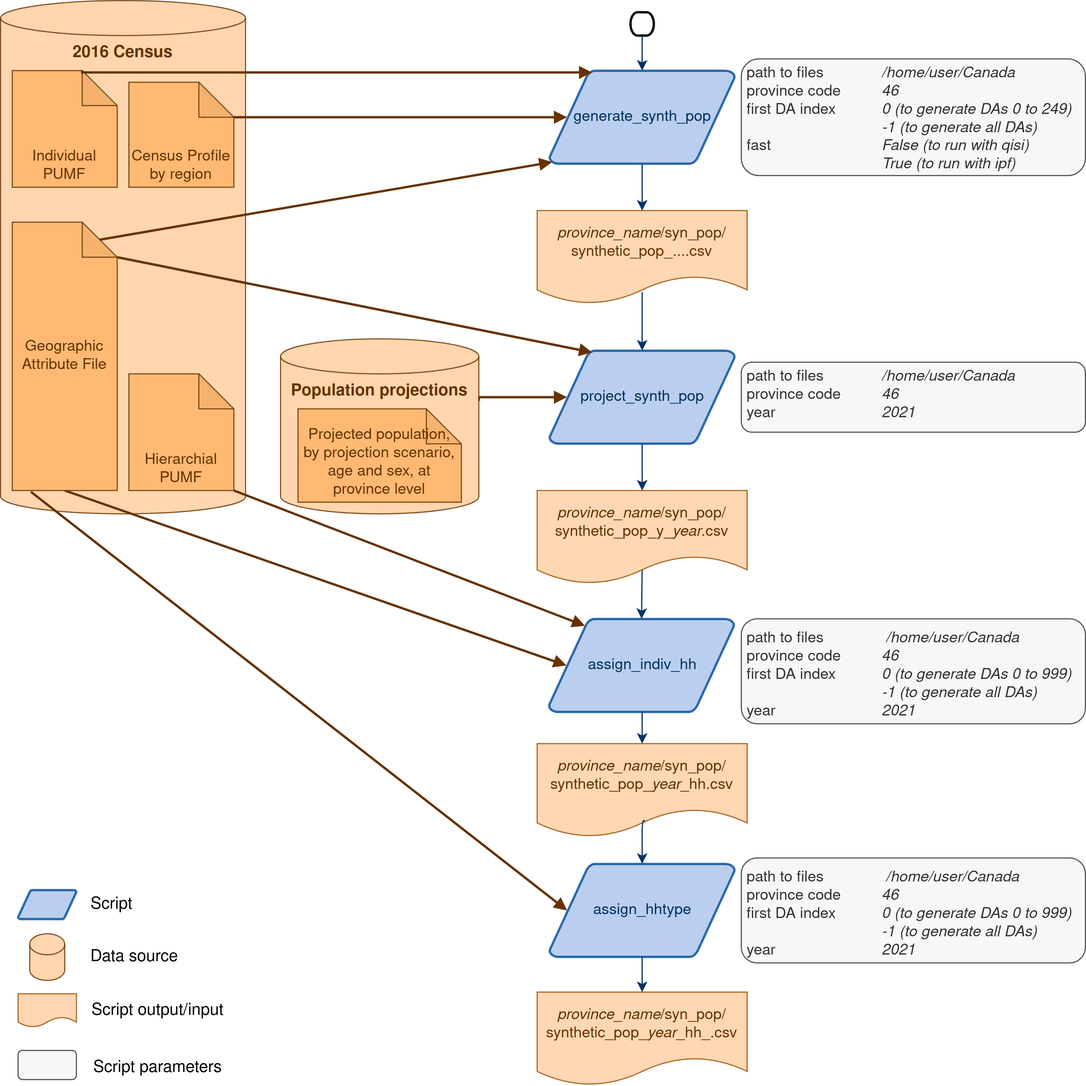
Earlier version of the draw.io export images/workflow.png (maprdhm/synpopCanada). Source tidied: cells renumbered, new cells last; positions are measured from the earlier drawing's top-left corner, leaving out a move shared by most shapes.
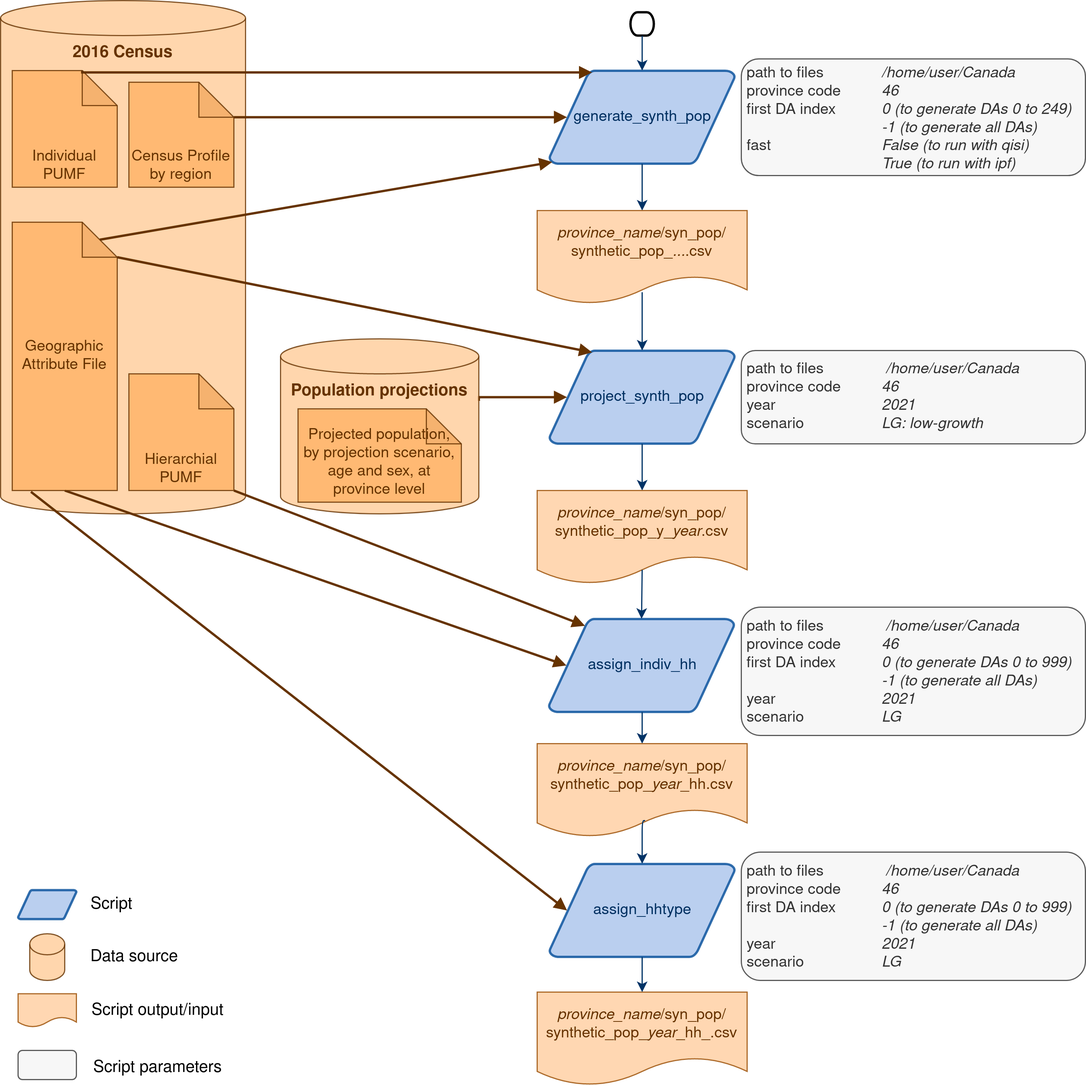
Later version of the same file.

What changed in the source:
```diff
@@ -77,8 +77,8 @@
     <mxCell id="23" value="&lt;div&gt;Geographic Attribute File&lt;/div&gt;" style="shape=note;whiteSpace=wrap;html=1;backgroundOutline=1;darkOpacity=0.05;fontSize=13;fillColor=#FFB366;opacity=80;verticalAlign=middle;strokeColor=#663300;fontColor=#663300;" parent="1" vertex="1">
       <mxGeometry x="10" y="190" width="90" height="230" as="geometry" />
     </mxCell>
-    <mxCell id="24" value="&lt;div&gt;path to files&lt;span style=&quot;white-space: pre;&quot;&gt;&#9;&lt;/span&gt;&lt;span style=&quot;white-space: pre;&quot;&gt;&lt;span style=&quot;white-space: pre;&quot;&gt;&#9;&lt;/span&gt;&lt;i&gt;/home/user/Canada&lt;/i&gt;&lt;/span&gt;&lt;span style=&quot;white-space: pre;&quot;&gt;&lt;/span&gt;&lt;/div&gt;&lt;div&gt;province code&lt;span style=&quot;white-space: pre;&quot;&gt;&#9;&lt;/span&gt;&lt;span style=&quot;white-space: pre;&quot;&gt;&#9;&lt;/span&gt;&lt;i&gt;46&lt;/i&gt;&lt;/div&gt;&lt;div&gt;year&lt;span style=&quot;white-space: pre;&quot;&gt;&#9;&lt;/span&gt;&lt;span style=&quot;white-space: pre;&quot;&gt;&#9;&lt;/span&gt;&lt;span style=&quot;white-space: pre;&quot;&gt;&#9;&lt;/span&gt;&lt;span style=&quot;white-space: pre;&quot;&gt;&#9;&lt;/span&gt;&lt;i&gt;2021&lt;/i&gt;&lt;/div&gt;&lt;div&gt;&lt;span style=&quot;white-space: pre;&quot;&gt;&lt;span style=&quot;white-space: pre;&quot;&gt;&#9;&lt;/span&gt;&lt;span style=&quot;white-space: pre;&quot;&gt;&#9;&lt;/span&gt;&lt;span style=&quot;white-space: pre;&quot;&gt;&#9;&lt;/span&gt;&lt;span style=&quot;white-space: pre;&quot;&gt;&#9;&lt;/span&gt;&lt;/span&gt;&lt;br&gt;&lt;/div&gt;" style="text;html=1;strokeColor=#333333;fillColor=#f5f5f5;spacing=5;spacingTop=0;whiteSpace=wrap;overflow=hidden;rounded=1;fontSize=13;opacity=80;align=left;verticalAlign=middle;fontColor=#333333;shadow=0;glass=0;sketch=0;" parent="1" vertex="1">
-      <mxGeometry x="635" y="310" width="295" height="60" as="geometry" />
+    <mxCell id="24" value="&lt;div&gt;path to files&lt;span style=&quot;&quot;&gt;&#9;&lt;span style=&quot;white-space: pre;&quot;&gt;&#9;&lt;/span&gt;&lt;span style=&quot;white-space: pre;&quot;&gt;&#9;&lt;/span&gt;&lt;/span&gt;&lt;span style=&quot;&quot;&gt;&lt;span style=&quot;&quot;&gt;&#9;&lt;/span&gt;&lt;i&gt;/home/user/Canada&lt;/i&gt;&lt;/span&gt;&lt;span style=&quot;&quot;&gt;&lt;/span&gt;&lt;/div&gt;&lt;div&gt;province code&lt;span style=&quot;&quot;&gt;&#9;&lt;/span&gt;&lt;span style=&quot;&quot;&gt;&#9;&lt;/span&gt;&lt;i&gt;&lt;span style=&quot;white-space: pre;&quot;&gt;&#9;&lt;/span&gt;&lt;span style=&quot;white-space: pre;&quot;&gt;&lt;/span&gt;46&lt;/i&gt;&lt;/div&gt;&lt;div&gt;year&lt;span style=&quot;&quot;&gt;&#9;&lt;/span&gt;&lt;span style=&quot;&quot;&gt;&#9;&lt;/span&gt;&lt;span style=&quot;&quot;&gt;&#9;&lt;/span&gt;&lt;span style=&quot;&quot;&gt;&#9;&lt;/span&gt;&lt;i&gt;&lt;span style=&quot;white-space: pre;&quot;&gt;&#9;&lt;/span&gt;&lt;span style=&quot;white-space: pre;&quot;&gt;&#9;&lt;/span&gt;&lt;span style=&quot;white-space: pre;&quot;&gt;&#9;&lt;/span&gt;2021&lt;/i&gt;&lt;/div&gt;&lt;div&gt;&lt;span style=&quot;&quot;&gt;&lt;span style=&quot;&quot;&gt;scenario&lt;span style=&quot;&quot;&gt;&#9;&lt;/span&gt;&lt;span style=&quot;&quot;&gt;&#9;&lt;/span&gt;&lt;span style=&quot;&quot;&gt;&#9;&lt;/span&gt;&lt;span style=&quot;white-space: pre;&quot;&gt;&#9;&lt;/span&gt;&lt;span style=&quot;white-space: pre;&quot;&gt;&#9;&lt;/span&gt;&lt;span style=&quot;white-space: pre;&quot;&gt;&#9;&lt;/span&gt;&lt;i&gt;LG: low-growth&#9;&lt;/i&gt;&lt;/span&gt;&lt;span style=&quot;&quot;&gt;&#9;&lt;/span&gt;&lt;span style=&quot;&quot;&gt;&#9;&lt;/span&gt;&lt;span style=&quot;&quot;&gt;&#9;&lt;/span&gt;&lt;/span&gt;&lt;br&gt;&lt;/div&gt;" style="text;html=1;strokeColor=#333333;fillColor=#f5f5f5;spacing=5;spacingTop=0;whiteSpace=wrap;overflow=hidden;rounded=1;fontSize=13;opacity=80;align=left;verticalAlign=middle;fontColor=#333333;shadow=0;glass=0;sketch=0;" parent="1" vertex="1">
+      <mxGeometry x="635" y="300" width="295" height="80" as="geometry" />
     </mxCell>
     <mxCell id="25" value="&lt;i&gt;province_name&lt;/i&gt;/syn_pop/ synthetic_pop_&lt;i&gt;...&lt;/i&gt;.csv" style="shape=document;whiteSpace=wrap;html=1;boundedLbl=1;fontSize=13;strokeColor=#994C00;fillColor=#FFCE9F;opacity=80;fontColor=#663300;" parent="1" vertex="1">
       <mxGeometry x="460" y="180" width="180" height="80" as="geometry" />
@@ -95,8 +95,8 @@
     <mxCell id="29" value="Hierarchial PUMF" style="shape=note;whiteSpace=wrap;html=1;backgroundOutline=1;darkOpacity=0.05;fontSize=13;fillColor=#FFB366;opacity=80;verticalAlign=bottom;strokeColor=#663300;fontColor=#663300;" parent="1" vertex="1">
       <mxGeometry x="110" y="320" width="90" height="100" as="geometry" />
     </mxCell>
-    <mxCell id="30" value="&lt;div&gt;path to files&lt;span style=&quot;white-space: pre;&quot;&gt;&#9;&lt;/span&gt;&lt;span style=&quot;white-space: pre;&quot;&gt;&#9;&lt;/span&gt;&lt;span style=&quot;&quot;&gt;&lt;span style=&quot;&quot;&gt;&#9;&lt;/span&gt;&lt;i&gt;/home/user/Canada&lt;/i&gt;&lt;/span&gt;&lt;span style=&quot;&quot;&gt;&lt;/span&gt;&lt;/div&gt;&lt;div&gt;province code&lt;span style=&quot;&quot;&gt;&#9;&lt;/span&gt;&lt;span style=&quot;&quot;&gt;&#9;&lt;/span&gt;&lt;i&gt;&lt;span style=&quot;white-space: pre;&quot;&gt;&#9;&lt;/span&gt;46&lt;/i&gt;&lt;/div&gt;&lt;div&gt;first DA index&lt;span style=&quot;&quot;&gt;&#9;&lt;span style=&quot;white-space: pre;&quot;&gt;&#9;&lt;/span&gt;&lt;span style=&quot;white-space: pre;&quot;&gt;&#9;&lt;/span&gt;&lt;/span&gt;&lt;span style=&quot;&quot;&gt;&lt;/span&gt;&lt;i&gt;0 (to generate DAs 0 to 999)&lt;/i&gt;&lt;div&gt;&lt;i&gt;&lt;span style=&quot;&quot;&gt;&#9;&lt;/span&gt;&lt;span style=&quot;&quot;&gt;&#9;&lt;/span&gt;&lt;span style=&quot;&quot;&gt;&#9;&lt;/span&gt;&lt;span style=&quot;&quot;&gt;&#9;&lt;/span&gt;&lt;span style=&quot;white-space: pre;&quot;&gt;&#9;&lt;/span&gt;&lt;span style=&quot;white-space: pre;&quot;&gt;&#9;&lt;/span&gt;&lt;span style=&quot;white-space: pre;&quot;&gt;&#9;&lt;/span&gt;&lt;span style=&quot;white-space: pre;&quot;&gt;&#9;&lt;/span&gt;-1 (to generate all DAs)&lt;/i&gt;&lt;/div&gt;&lt;/div&gt;&lt;div&gt;year&lt;span style=&quot;&quot;&gt;&#9;&lt;/span&gt;&lt;span style=&quot;&quot;&gt;&#9;&lt;/span&gt;&lt;span style=&quot;&quot;&gt;&#9;&lt;/span&gt;&lt;span style=&quot;&quot;&gt;&#9;&lt;/span&gt;&lt;span style=&quot;white-space: pre;&quot;&gt;&#9;&lt;/span&gt;&lt;span style=&quot;white-space: pre;&quot;&gt;&#9;&lt;/span&gt;&lt;span style=&quot;white-space: pre;&quot;&gt;&#9;&lt;/span&gt;&lt;i&gt;2021&lt;/i&gt;&lt;/div&gt;&lt;div&gt;&lt;span style=&quot;&quot;&gt;&lt;span style=&quot;&quot;&gt;&#9;&lt;/span&gt;&lt;span style=&quot;&quot;&gt;&#9;&lt;/span&gt;&lt;span style=&quot;&quot;&gt;&#9;&lt;/span&gt;&lt;span style=&quot;&quot;&gt;&#9;&lt;/span&gt;&lt;/span&gt;&lt;br&gt;&lt;/div&gt;" style="text;html=1;strokeColor=#333333;fillColor=#f5f5f5;spacing=5;spacingTop=0;whiteSpace=wrap;overflow=hidden;rounded=1;fontSize=13;opacity=80;fontColor=#333333;shadow=0;glass=0;sketch=0;" parent="1" vertex="1">
-      <mxGeometry x="635" y="530" width="295" height="90" as="geometry" />
+    <mxCell id="30" value="&lt;div&gt;path to files&lt;span style=&quot;white-space: pre;&quot;&gt;&#9;&lt;/span&gt;&lt;span style=&quot;white-space: pre;&quot;&gt;&#9;&lt;/span&gt;&lt;span style=&quot;&quot;&gt;&lt;span style=&quot;&quot;&gt;&#9;&lt;/span&gt;&lt;i&gt;/home/user/Canada&lt;/i&gt;&lt;/span&gt;&lt;span style=&quot;&quot;&gt;&lt;/span&gt;&lt;/div&gt;&lt;div&gt;province code&lt;span style=&quot;&quot;&gt;&#9;&lt;/span&gt;&lt;span style=&quot;&quot;&gt;&#9;&lt;/span&gt;&lt;i&gt;&lt;span style=&quot;white-space: pre;&quot;&gt;&#9;&lt;/span&gt;46&lt;/i&gt;&lt;/div&gt;&lt;div&gt;first DA index&lt;span style=&quot;&quot;&gt;&#9;&lt;span style=&quot;white-space: pre;&quot;&gt;&#9;&lt;/span&gt;&lt;span style=&quot;white-space: pre;&quot;&gt;&#9;&lt;/span&gt;&lt;/span&gt;&lt;span style=&quot;&quot;&gt;&lt;/span&gt;&lt;i&gt;0 (to generate DAs 0 to 999)&lt;/i&gt;&lt;div&gt;&lt;i&gt;&lt;span style=&quot;&quot;&gt;&#9;&lt;/span&gt;&lt;span style=&quot;&quot;&gt;&#9;&lt;/span&gt;&lt;span style=&quot;&quot;&gt;&#9;&lt;/span&gt;&lt;span style=&quot;&quot;&gt;&#9;&lt;/span&gt;&lt;span style=&quot;white-space: pre;&quot;&gt;&#9;&lt;/span&gt;&lt;span style=&quot;white-space: pre;&quot;&gt;&#9;&lt;/span&gt;&lt;span style=&quot;white-space: pre;&quot;&gt;&#9;&lt;/span&gt;&lt;span style=&quot;white-space: pre;&quot;&gt;&#9;&lt;/span&gt;-1 (to generate all DAs)&lt;/i&gt;&lt;/div&gt;&lt;/div&gt;&lt;div&gt;year&lt;span style=&quot;&quot;&gt;&#9;&lt;/span&gt;&lt;span style=&quot;&quot;&gt;&#9;&lt;/span&gt;&lt;span style=&quot;&quot;&gt;&#9;&lt;/span&gt;&lt;span style=&quot;&quot;&gt;&#9;&lt;/span&gt;&lt;span style=&quot;white-space: pre;&quot;&gt;&#9;&lt;/span&gt;&lt;span style=&quot;white-space: pre;&quot;&gt;&#9;&lt;/span&gt;&lt;span style=&quot;white-space: pre;&quot;&gt;&#9;&lt;/span&gt;&lt;i&gt;2021&lt;/i&gt;&lt;/div&gt;&lt;div&gt;scenario&lt;span style=&quot;white-space: pre;&quot;&gt;&lt;/span&gt;&lt;i&gt;&lt;span style=&quot;white-space: pre;&quot;&gt;&#9;&lt;/span&gt;&lt;span style=&quot;white-space: pre;&quot;&gt;&#9;&lt;/span&gt;&lt;span style=&quot;white-space: pre;&quot;&gt;&#9;&lt;/span&gt;LG&lt;br&gt;&lt;/i&gt;&lt;/div&gt;&lt;div&gt;&lt;span style=&quot;&quot;&gt;&lt;span style=&quot;&quot;&gt;&#9;&lt;/span&gt;&lt;span style=&quot;&quot;&gt;&#9;&lt;/span&gt;&lt;span style=&quot;&quot;&gt;&#9;&lt;/span&gt;&lt;span style=&quot;&quot;&gt;&#9;&lt;/span&gt;&lt;/span&gt;&lt;br&gt;&lt;/div&gt;" style="text;html=1;strokeColor=#333333;fillColor=#f5f5f5;spacing=5;spacingTop=0;whiteSpace=wrap;overflow=hidden;rounded=1;fontSize=13;opacity=80;fontColor=#333333;shadow=0;glass=0;sketch=0;" parent="1" vertex="1">
+      <mxGeometry x="635" y="520" width="295" height="110" as="geometry" />
     </mxCell>
     <mxCell id="31" style="edgeStyle=orthogonalEdgeStyle;rounded=0;jettySize=auto;html=1;entryX=0.23;entryY=0.02;entryDx=0;entryDy=0;entryPerimeter=0;fontSize=13;endArrow=block;endFill=1;strokeWidth=2;exitX=0;exitY=0;exitDx=60;exitDy=0;exitPerimeter=0;strokeColor=#663300;" parent="1" edge="1" source="12" target="3">
       <mxGeometry relative="1" as="geometry">
@@ -115,8 +115,8 @@
         </Array>
       </mxGeometry>
     </mxCell>
-    <mxCell id="34" value="&lt;div&gt;path to files&lt;span style=&quot;white-space: pre;&quot;&gt;&#9;&lt;/span&gt;&lt;span style=&quot;white-space: pre;&quot;&gt;&#9;&lt;/span&gt;&lt;span style=&quot;&quot;&gt;&lt;span style=&quot;&quot;&gt;&#9;&lt;/span&gt;&lt;i&gt;/home/user/Canada&lt;/i&gt;&lt;/span&gt;&lt;span style=&quot;&quot;&gt;&lt;/span&gt;&lt;/div&gt;&lt;div&gt;province code&lt;span style=&quot;&quot;&gt;&#9;&lt;/span&gt;&lt;span style=&quot;&quot;&gt;&#9;&lt;/span&gt;&lt;i&gt;&lt;span style=&quot;white-space: pre;&quot;&gt;&#9;&lt;/span&gt;46&lt;/i&gt;&lt;/div&gt;&lt;div&gt;first DA index&lt;span style=&quot;&quot;&gt;&#9;&lt;span style=&quot;white-space: pre;&quot;&gt;&#9;&lt;/span&gt;&lt;span style=&quot;white-space: pre;&quot;&gt;&#9;&lt;/span&gt;&lt;/span&gt;&lt;span style=&quot;&quot;&gt;&lt;/span&gt;&lt;i&gt;0 (to generate DAs 0 to 999)&lt;/i&gt;&lt;div&gt;&lt;i&gt;&lt;span style=&quot;&quot;&gt;&#9;&lt;/span&gt;&lt;span style=&quot;&quot;&gt;&#9;&lt;/span&gt;&lt;span style=&quot;&quot;&gt;&#9;&lt;/span&gt;&lt;span style=&quot;&quot;&gt;&#9;&lt;/span&gt;&lt;span style=&quot;white-space: pre;&quot;&gt;&#9;&lt;/span&gt;&lt;span style=&quot;white-space: pre;&quot;&gt;&#9;&lt;/span&gt;&lt;span style=&quot;white-space: pre;&quot;&gt;&#9;&lt;/span&gt;&lt;span style=&quot;white-space: pre;&quot;&gt;&#9;&lt;/span&gt;-1 (to generate all DAs)&lt;/i&gt;&lt;/div&gt;&lt;/div&gt;&lt;div&gt;year&lt;span style=&quot;&quot;&gt;&#9;&lt;/span&gt;&lt;span style=&quot;&quot;&gt;&#9;&lt;/span&gt;&lt;span style=&quot;&quot;&gt;&#9;&lt;/span&gt;&lt;span style=&quot;&quot;&gt;&#9;&lt;/span&gt;&lt;span style=&quot;white-space: pre;&quot;&gt;&#9;&lt;/span&gt;&lt;span style=&quot;white-space: pre;&quot;&gt;&#9;&lt;/span&gt;&lt;span style=&quot;white-space: pre;&quot;&gt;&#9;&lt;/span&gt;&lt;i&gt;2021&lt;/i&gt;&lt;/div&gt;&lt;div&gt;&lt;span style=&quot;&quot;&gt;&lt;span style=&quot;&quot;&gt;&#9;&lt;/span&gt;&lt;span style=&quot;&quot;&gt;&#9;&lt;/span&gt;&lt;span style=&quot;&quot;&gt;&#9;&lt;/span&gt;&lt;span style=&quot;&quot;&gt;&#9;&lt;/span&gt;&lt;/span&gt;&lt;br&gt;&lt;/div&gt;" style="text;html=1;strokeColor=#333333;fillColor=#f5f5f5;spacing=5;spacingTop=0;whiteSpace=wrap;overflow=hidden;rounded=1;fontSize=13;opacity=80;fontColor=#333333;shadow=0;glass=0;sketch=0;" parent="1" vertex="1">
-      <mxGeometry x="635" y="735" width="295" height="90" as="geometry" />
+    <mxCell id="34" value="&lt;div&gt;path to files&lt;span style=&quot;white-space: pre;&quot;&gt;&#9;&lt;/span&gt;&lt;span style=&quot;white-space: pre;&quot;&gt;&#9;&lt;/span&gt;&lt;span style=&quot;&quot;&gt;&lt;span style=&quot;&quot;&gt;&#9;&lt;/span&gt;&lt;i&gt;/home/user/Canada&lt;/i&gt;&lt;/span&gt;&lt;span style=&quot;&quot;&gt;&lt;/span&gt;&lt;/div&gt;&lt;div&gt;province code&lt;span style=&quot;&quot;&gt;&#9;&lt;/span&gt;&lt;span style=&quot;&quot;&gt;&#9;&lt;/span&gt;&lt;i&gt;&lt;span style=&quot;white-space: pre;&quot;&gt;&#9;&lt;/span&gt;46&lt;/i&gt;&lt;/div&gt;&lt;div&gt;first DA index&lt;span style=&quot;&quot;&gt;&#9;&lt;span style=&quot;white-space: pre;&quot;&gt;&#9;&lt;/span&gt;&lt;span style=&quot;white-space: pre;&quot;&gt;&#9;&lt;/span&gt;&lt;/span&gt;&lt;span style=&quot;&quot;&gt;&lt;/span&gt;&lt;i&gt;0 (to generate DAs 0 to 999)&lt;/i&gt;&lt;div&gt;&lt;i&gt;&lt;span style=&quot;&quot;&gt;&#9;&lt;/span&gt;&lt;span style=&quot;&quot;&gt;&#9;&lt;/span&gt;&lt;span style=&quot;&quot;&gt;&#9;&lt;/span&gt;&lt;span style=&quot;&quot;&gt;&#9;&lt;/span&gt;&lt;span style=&quot;white-space: pre;&quot;&gt;&#9;&lt;/span&gt;&lt;span style=&quot;white-space: pre;&quot;&gt;&#9;&lt;/span&gt;&lt;span style=&quot;white-space: pre;&quot;&gt;&#9;&lt;/span&gt;&lt;span style=&quot;white-space: pre;&quot;&gt;&#9;&lt;/span&gt;-1 (to generate all DAs)&lt;/i&gt;&lt;/div&gt;&lt;/div&gt;&lt;div&gt;year&lt;span style=&quot;&quot;&gt;&#9;&lt;/span&gt;&lt;span style=&quot;&quot;&gt;&#9;&lt;/span&gt;&lt;span style=&quot;&quot;&gt;&#9;&lt;/span&gt;&lt;span style=&quot;&quot;&gt;&#9;&lt;/span&gt;&lt;span style=&quot;white-space: pre;&quot;&gt;&#9;&lt;/span&gt;&lt;span style=&quot;white-space: pre;&quot;&gt;&#9;&lt;/span&gt;&lt;span style=&quot;white-space: pre;&quot;&gt;&#9;&lt;/span&gt;&lt;i&gt;2021&lt;/i&gt;&lt;/div&gt;&lt;div&gt;scenario&lt;span style=&quot;white-space: pre;&quot;&gt;&lt;/span&gt;&lt;i&gt;&lt;span style=&quot;white-space: pre;&quot;&gt;&#9;&lt;/span&gt;&lt;span style=&quot;white-space: pre;&quot;&gt;&#9;&lt;/span&gt;&lt;span style=&quot;white-space: pre;&quot;&gt;&#9;&lt;/span&gt;LG&lt;br&gt;&lt;/i&gt;&lt;/div&gt;&lt;div&gt;&lt;span style=&quot;&quot;&gt;&lt;span style=&quot;&quot;&gt;&#9;&lt;/span&gt;&lt;span style=&quot;&quot;&gt;&#9;&lt;/span&gt;&lt;span style=&quot;&quot;&gt;&#9;&lt;/span&gt;&lt;span style=&quot;&quot;&gt;&#9;&lt;/span&gt;&lt;/span&gt;&lt;br&gt;&lt;/div&gt;" style="text;html=1;strokeColor=#333333;fillColor=#f5f5f5;spacing=5;spacingTop=0;whiteSpace=wrap;overflow=hidden;rounded=1;fontSize=13;opacity=80;fontColor=#333333;shadow=0;glass=0;sketch=0;" parent="1" vertex="1">
+      <mxGeometry x="635" y="730" width="295" height="110" as="geometry" />
     </mxCell>
     <mxCell id="35" value="&lt;i&gt;province_name&lt;/i&gt;/syn_pop/ synthetic_pop_&lt;i&gt;year&lt;/i&gt;_hh_.csv" style="shape=document;whiteSpace=wrap;html=1;boundedLbl=1;fontSize=13;strokeColor=#994C00;fillColor=#FFCE9F;opacity=80;fontColor=#663300;" parent="1" vertex="1">
       <mxGeometry x="460" y="850" width="180" height="80" as="geometry" />
```
